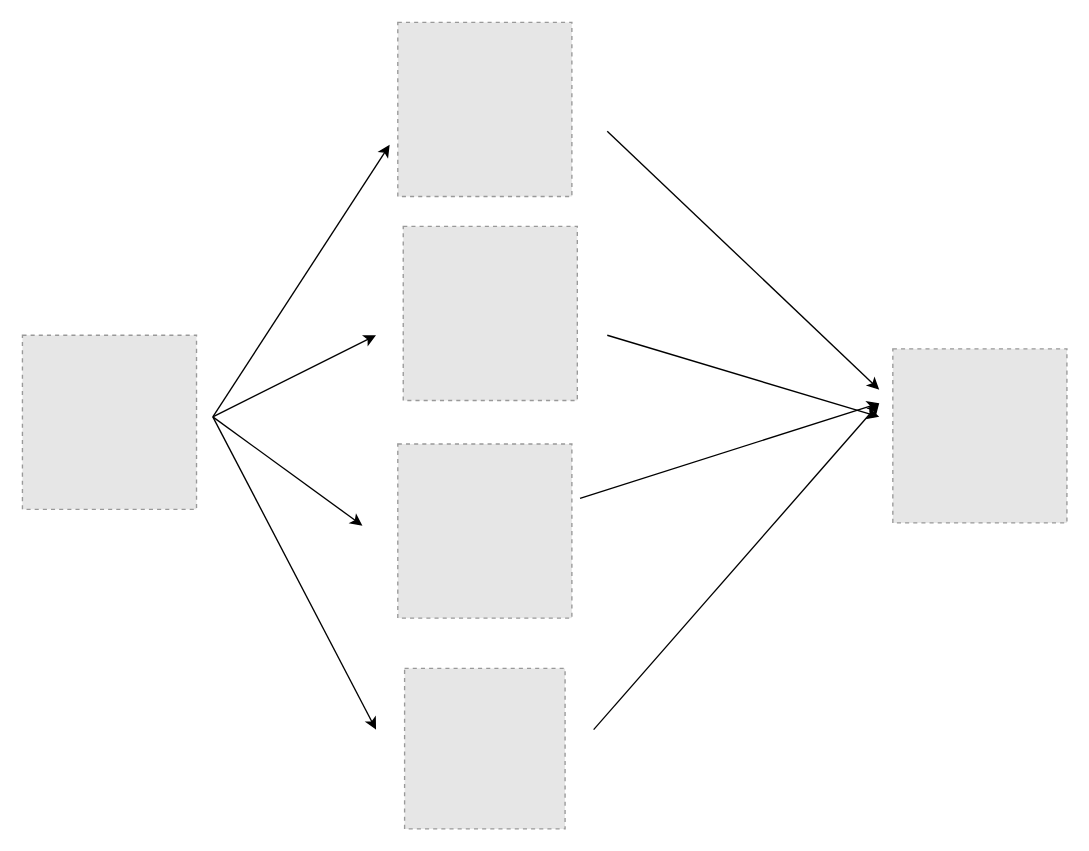
Before: img/vue_comp/Untitled Diagram.drawio in PedroGuo/boy-yan.github.io, a draw.io diagram. Source tidied: cells renumbered, new cells numbered last; positions are measured from the earlier drawing's top-left corner, leaving out a move shared by most shapes. Both pictures are drawn from the tidied source at 136%, with x=0, y=0 at pixel (22, 22). Pictures stored in the file or linked from it are replaced by grey dashed boxes.
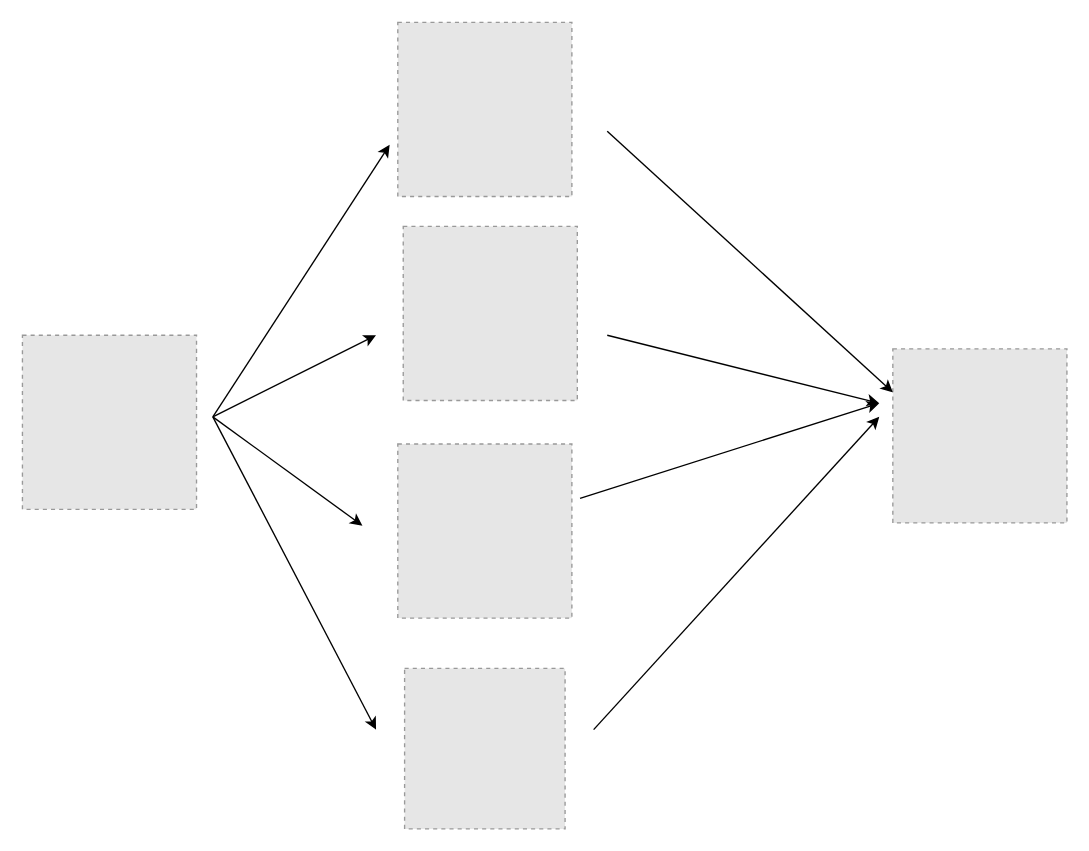
The same diagram, later.

The change refers to these unchanged cells:
```xml
<mxCell id="7" style="fillColor=#E6E6E6;strokeColor=#999999;dashed=1;html=1;verticalAlign=top;verticalLabelPosition=bottom;labelBackgroundColor=#ffffff;" parent="1" vertex="1">
  <mxGeometry x="640" y="240" width="128" height="128" as="geometry" />
</mxCell>
```

What changed in the source:
```diff
@@
-    <mxCell id="12" style="endArrow=classic;html=1;" parent="1" edge="1">
+    <mxCell id="12" style="endArrow=classic;html=1;entryX=0;entryY=0.25;entryDx=0;entryDy=0;" parent="1" edge="1" target="7">
       <mxGeometry relative="1" as="geometry">
         <mxPoint x="430" y="80" as="sourcePoint" />
-        <mxPoint x="630" y="270" as="targetPoint" />
       </mxGeometry>
     </mxCell>
     <mxCell id="13" style="endArrow=classic;html=1;" parent="1" edge="1">
       <mxGeometry relative="1" as="geometry">
         <mxPoint x="430" y="230" as="sourcePoint" />
-        <mxPoint x="630" y="290" as="targetPoint" />
+        <mxPoint x="630" y="280" as="targetPoint" />
       </mxGeometry>
     </mxCell>
@@
     <mxCell id="15" style="endArrow=classic;html=1;" parent="1" edge="1">
       <mxGeometry relative="1" as="geometry">
         <mxPoint x="420" y="520" as="sourcePoint" />
-        <mxPoint x="630" y="280" as="targetPoint" />
+        <mxPoint x="630" y="290" as="targetPoint" />
       </mxGeometry>
     </mxCell>
```
